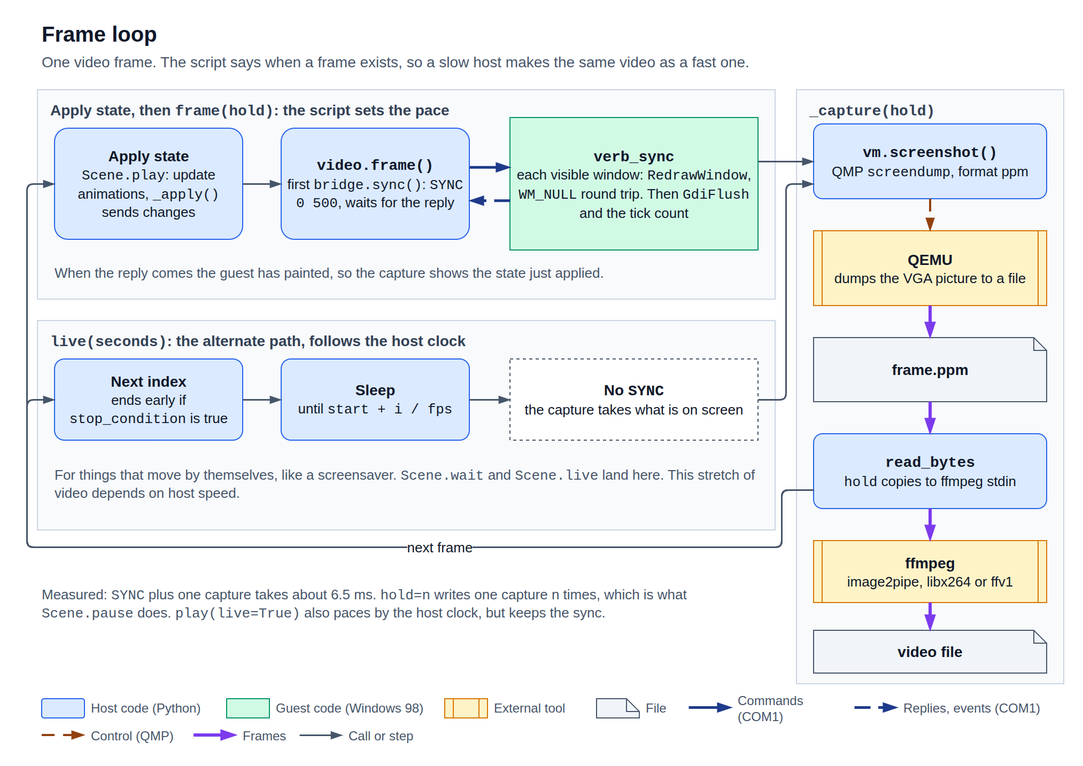
This is docs/diagrams/frame-loop.png from StanLukuvka/98artware, a draw.io export, as it was before one commit. Source tidied: cells renumbered, new cells last; positions are measured from the earlier drawing's top-left corner, leaving out a move shared by most shapes.
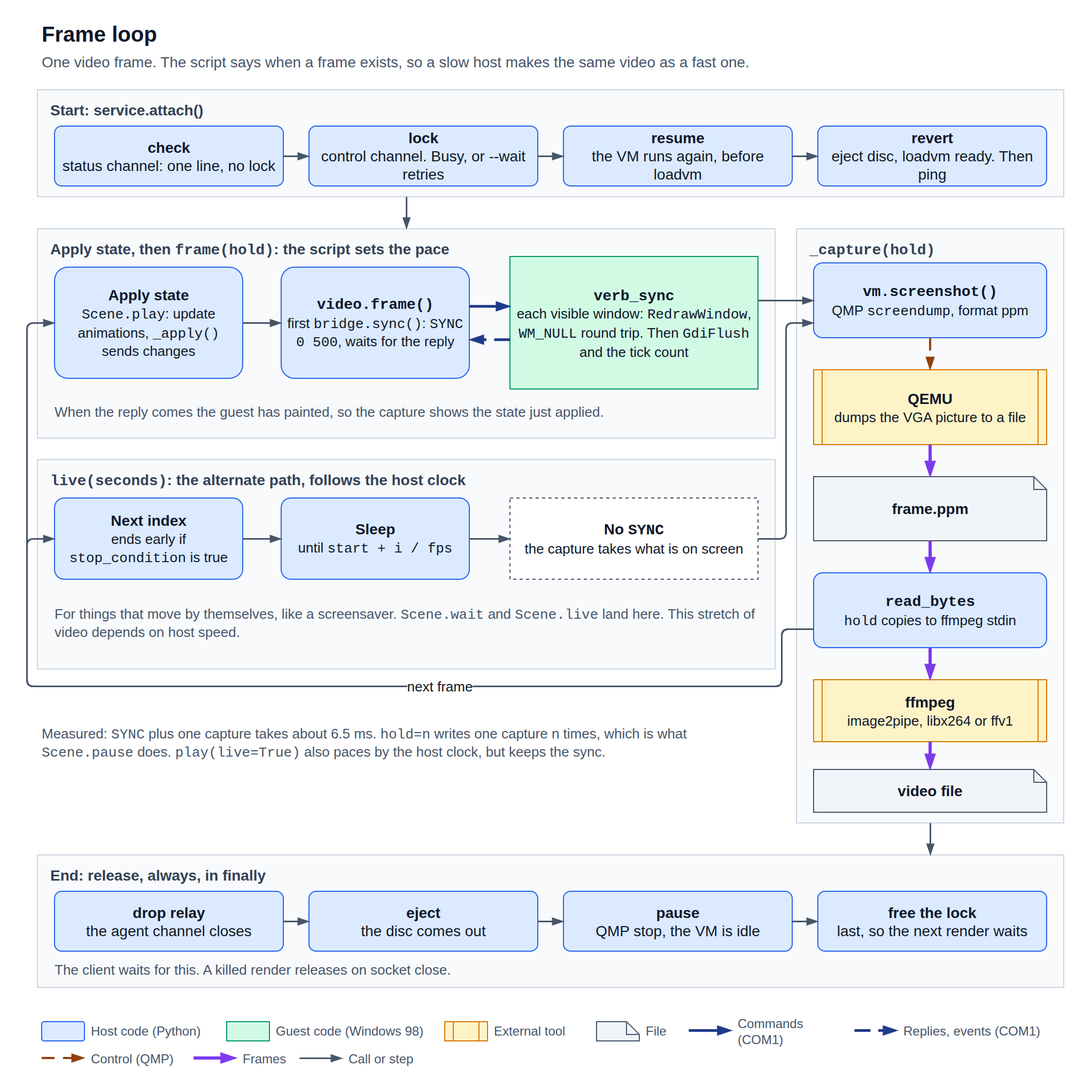
After the change.

Diff of the diagram source:
```diff
@@ -3,13 +3,13 @@
     <mxCell id="0" />
     <mxCell id="1" parent="0" />
     <mxCell id="2" value="&lt;b&gt;Frame loop&lt;/b&gt;" style="text;html=1;whiteSpace=wrap;strokeColor=none;fillColor=none;fontFamily=Helvetica;fontSize=20;fontColor=#0F172A;align=left;verticalAlign=middle;spacing=0;" parent="1" vertex="1">
-      <mxGeometry x="14" width="952" height="30" as="geometry" />
+      <mxGeometry x="14" y="-302" width="952" height="30" as="geometry" />
     </mxCell>
     <mxCell id="3" value="One video frame. The script says when a frame exists, so a slow host makes the same video as a fast one." style="text;html=1;whiteSpace=wrap;strokeColor=none;fillColor=none;fontFamily=Helvetica;fontSize=14;fontColor=#475569;align=left;verticalAlign=middle;spacing=0;" parent="1" vertex="1">
-      <mxGeometry x="14" y="30" width="952" height="24" as="geometry" />
+      <mxGeometry x="14" y="-272" width="952" height="24" as="geometry" />
     </mxCell>
     <mxCell id="4" value="Apply state, then &lt;font face=&quot;Courier New&quot;&gt;frame(hold)&lt;/font&gt;: the script sets the pace" style="fillColor=#F8FAFC;strokeColor=#CBD5E1;fontColor=#334155;rounded=0;whiteSpace=wrap;html=1;fontFamily=Helvetica;fontSize=14;fontStyle=1;align=left;verticalAlign=top;spacingLeft=10;spacingTop=4;" parent="1" vertex="1">
-      <mxGeometry x="10" y="68" width="690" height="196" as="geometry" />
+      <mxGeometry x="10" y="-104" width="690" height="196" as="geometry" />
     </mxCell>
     <mxCell id="5" value="&lt;b style=&quot;font-size:14px&quot;&gt;Apply state&lt;/b&gt;&lt;br&gt;&lt;span style=&quot;font-size:13px&quot;&gt;&lt;font face=&quot;Courier New&quot;&gt;Scene.play&lt;/font&gt;: update animations, &lt;font face=&quot;Courier New&quot;&gt;_apply()&lt;/font&gt; sends changes&lt;/span&gt;" style="rounded=1;arcSize=12;fillColor=#DBEAFE;strokeColor=#2563EB;whiteSpace=wrap;html=1;fontFamily=Helvetica;fontSize=14;fontColor=#0F172A;align=center;verticalAlign=middle;spacing=4;" parent="4" vertex="1">
       <mxGeometry x="16" y="36" width="176" height="104" as="geometry" />
@@ -33,7 +33,7 @@
       <mxGeometry x="16" y="154" width="660" height="34" as="geometry" />
     </mxCell>
     <mxCell id="12" value="&lt;font face=&quot;Courier New&quot;&gt;live(seconds)&lt;/font&gt;: the alternate path, follows the host clock" style="fillColor=#F8FAFC;strokeColor=#CBD5E1;fontColor=#334155;rounded=0;whiteSpace=wrap;html=1;fontFamily=Helvetica;fontSize=14;fontStyle=1;align=left;verticalAlign=top;spacingLeft=10;spacingTop=4;" parent="1" vertex="1">
-      <mxGeometry x="10" y="284" width="690" height="196" as="geometry" />
+      <mxGeometry x="10" y="112" width="690" height="196" as="geometry" />
     </mxCell>
     <mxCell id="13" value="&lt;b style=&quot;font-size:14px&quot;&gt;Next index&lt;/b&gt;&lt;br&gt;&lt;span style=&quot;font-size:13px&quot;&gt;ends early if &lt;font face=&quot;Courier New&quot;&gt;stop_condition&lt;/font&gt; is true&lt;/span&gt;" style="rounded=1;arcSize=12;fillColor=#DBEAFE;strokeColor=#2563EB;whiteSpace=wrap;html=1;fontFamily=Helvetica;fontSize=14;fontColor=#0F172A;align=center;verticalAlign=middle;spacing=4;" parent="12" vertex="1">
       <mxGeometry x="16" y="36" width="176" height="76" as="geometry" />
@@ -54,7 +54,7 @@
       <mxGeometry x="16" y="120" width="660" height="66" as="geometry" />
     </mxCell>
     <mxCell id="19" value="&lt;font face=&quot;Courier New&quot;&gt;_capture(hold)&lt;/font&gt;" style="fillColor=#F8FAFC;strokeColor=#CBD5E1;fontColor=#334155;rounded=0;whiteSpace=wrap;html=1;fontFamily=Helvetica;fontSize=14;fontStyle=1;align=left;verticalAlign=top;spacingLeft=10;spacingTop=4;" parent="1" vertex="1">
-      <mxGeometry x="720" y="68" width="250" height="556" as="geometry" />
+      <mxGeometry x="720" y="-104" width="250" height="556" as="geometry" />
     </mxCell>
     <mxCell id="20" value="&lt;b style=&quot;font-size:14px&quot;&gt;&lt;font face=&quot;Courier New&quot;&gt;vm.screenshot()&lt;/font&gt;&lt;/b&gt;&lt;br&gt;&lt;span style=&quot;font-size:13px&quot;&gt;QMP &lt;font face=&quot;Courier New&quot;&gt;screendump&lt;/font&gt;, format ppm&lt;/span&gt;" style="rounded=1;arcSize=12;fillColor=#DBEAFE;strokeColor=#2563EB;whiteSpace=wrap;html=1;fontFamily=Helvetica;fontSize=14;fontColor=#0F172A;align=center;verticalAlign=middle;spacing=4;" parent="19" vertex="1">
       <mxGeometry x="16" y="32" width="218" height="70" as="geometry" />
@@ -95,33 +95,33 @@
     <mxCell id="32" style="html=1;fontFamily=Helvetica;fontSize=13;fontColor=#0F172A;strokeColor=#475569;strokeWidth=1.5;edgeStyle=orthogonalEdgeStyle;rounded=1;arcSize=12;labelBackgroundColor=#FFFFFF;endArrow=blockThin;endFill=1;endSize=7;exitX=1;exitY=0.5;exitDx=0;exitDy=0;entryX=0;entryY=0.8;entryDx=0;entryDy=0;" parent="1" edge="1" source="15" target="20">
       <mxGeometry relative="1" as="geometry">
         <Array as="points">
-          <mxPoint x="710" y="358" />
-          <mxPoint x="710" y="156" />
+          <mxPoint x="710" y="186" />
+          <mxPoint x="710" y="-16" />
         </Array>
       </mxGeometry>
     </mxCell>
     <mxCell id="33" style="html=1;fontFamily=Helvetica;fontSize=13;fontColor=#0F172A;strokeColor=#475569;strokeWidth=1.5;edgeStyle=orthogonalEdgeStyle;rounded=1;arcSize=12;labelBackgroundColor=#FFFFFF;endArrow=blockThin;endFill=1;endSize=7;exitX=0;exitY=0.75;exitDx=0;exitDy=0;entryX=0;entryY=0.5;entryDx=0;entryDy=0;" parent="1" edge="1" source="23" target="13">
       <mxGeometry relative="1" as="geometry">
         <Array as="points">
-          <mxPoint x="706" y="443" />
-          <mxPoint x="706" y="496" />
-          <mxPoint y="496" />
-          <mxPoint y="358" />
+          <mxPoint x="706" y="271" />
+          <mxPoint x="706" y="324" />
+          <mxPoint y="324" />
+          <mxPoint y="186" />
         </Array>
       </mxGeometry>
     </mxCell>
     <mxCell id="34" value="next frame" style="html=1;fontFamily=Helvetica;fontSize=13;fontColor=#0F172A;strokeColor=#475569;strokeWidth=1.5;edgeStyle=orthogonalEdgeStyle;rounded=1;arcSize=12;labelBackgroundColor=#FFFFFF;endArrow=blockThin;endFill=1;endSize=7;exitX=0;exitY=0.75;exitDx=0;exitDy=0;entryX=0;entryY=0.5;entryDx=0;entryDy=0;" parent="1" edge="1" source="23" target="5">
       <mxGeometry x="-0.3" relative="1" as="geometry">
         <Array as="points">
-          <mxPoint x="706" y="443" />
-          <mxPoint x="706" y="496" />
-          <mxPoint y="496" />
-          <mxPoint y="156" />
+          <mxPoint x="706" y="271" />
+          <mxPoint x="706" y="324" />
+          <mxPoint y="324" />
+          <mxPoint y="-16" />
         </Array>
       </mxGeometry>
     </mxCell>
     <mxCell id="35" value="Measured: &lt;font face=&quot;Courier New&quot;&gt;SYNC&lt;/font&gt; plus one capture takes about 6.5 ms. &lt;font face=&quot;Courier New&quot;&gt;hold=n&lt;/font&gt; writes one capture n times, which is what &lt;font face=&quot;Courier New&quot;&gt;Scene.pause&lt;/font&gt; does. &lt;font face=&quot;Courier New&quot;&gt;play(live=True)&lt;/font&gt; also paces by the host clock, but keeps the sync." style="text;html=1;whiteSpace=wrap;strokeColor=none;fillColor=none;fontFamily=Helvetica;fontSize=13;fontColor=#475569;align=left;verticalAlign=middle;spacing=0;" parent="1" vertex="1">
-      <mxGeometry x="14" y="514" width="680" height="70" as="geometry" />
+      <mxGeometry x="14" y="342" width="680" height="70" as="geometry" />
     </mxCell>
     <mxCell id="36" style="rounded=1;arcSize=12;fillColor=#DBEAFE;strokeColor=#2563EB;whiteSpace=wrap;html=1;fontFamily=Helvetica;fontSize=14;fontColor=#0F172A;align=center;verticalAlign=middle;spacing=4;" parent="1" vertex="1">
       <mxGeometry x="14" y="638" width="40" height="18" as="geometry" />
@@ -207,5 +207,62 @@
     <mxCell id="63" value="Call or step" style="text;html=1;whiteSpace=wrap;strokeColor=none;fillColor=none;fontFamily=Helvetica;fontSize=12;fontColor=#475569;align=left;verticalAlign=middle;spacing=0;" parent="1" vertex="1">
       <mxGeometry x="301" y="662" width="82" height="22" as="geometry" />
     </mxCell>
+    <mxCell id="64" value="&lt;b&gt;Start: service.attach()&lt;/b&gt;" style="fillColor=#F8FAFC;strokeColor=#CBD5E1;fontColor=#334155;rounded=0;whiteSpace=wrap;html=1;fontFamily=Helvetica;fontSize=14;fontStyle=1;align=left;verticalAlign=top;spacingLeft=10;spacingTop=4;" parent="1" vertex="1">
+      <mxGeometry x="10" y="-234" width="960" height="100" as="geometry" />
+    </mxCell>
+    <mxCell id="65" value="&lt;b&gt;check&lt;/b&gt;&lt;br&gt;status channel: one line, no lock" style="rounded=1;arcSize=12;fillColor=#DBEAFE;strokeColor=#2563EB;whiteSpace=wrap;html=1;fontFamily=Helvetica;fontSize=14;fontColor=#0F172A;align=center;verticalAlign=middle;spacing=4;" parent="64" vertex="1">
+      <mxGeometry x="16" y="34" width="214" height="56" as="geometry" />
+    </mxCell>
+    <mxCell id="66" value="&lt;b&gt;lock&lt;/b&gt;&lt;br&gt;control channel. Busy, or --wait retries" style="rounded=1;arcSize=12;fillColor=#DBEAFE;strokeColor=#2563EB;whiteSpace=wrap;html=1;fontFamily=Helvetica;fontSize=14;fontColor=#0F172A;align=center;verticalAlign=middle;spacing=4;" parent="64" vertex="1">
+      <mxGeometry x="254" y="34" width="214" height="56" as="geometry" />
+    </mxCell>
+    <mxCell id="67" value="&lt;b&gt;resume&lt;/b&gt;&lt;br&gt;the VM runs again, before loadvm" style="rounded=1;arcSize=12;fillColor=#DBEAFE;strokeColor=#2563EB;whiteSpace=wrap;html=1;fontFamily=Helvetica;fontSize=14;fontColor=#0F172A;align=center;verticalAlign=middle;spacing=4;" parent="64" vertex="1">
+      <mxGeometry x="492" y="34" width="214" height="56" as="geometry" />
+    </mxCell>
+    <mxCell id="68" value="&lt;b&gt;revert&lt;/b&gt;&lt;br&gt;eject disc, loadvm ready. Then ping" style="rounded=1;arcSize=12;fillColor=#DBEAFE;strokeColor=#2563EB;whiteSpace=wrap;html=1;fontFamily=Helvetica;fontSize=14;fontColor=#0F172A;align=center;verticalAlign=middle;spacing=4;" parent="64" vertex="1">
+      <mxGeometry x="730" y="34" width="214" height="56" as="geometry" />
+    </mxCell>
+    <mxCell id="69" style="html=1;fontFamily=Helvetica;fontSize=13;fontColor=#0F172A;strokeColor=#475569;strokeWidth=1.5;rounded=0;labelBackgroundColor=#FFFFFF;endArrow=blockThin;endFill=1;endSize=7;exitX=1;exitY=0.5;exitDx=0;exitDy=0;entryX=0;entryY=0.5;entryDx=0;entryDy=0;" parent="64" edge="1" source="65" target="66">
+      <mxGeometry relative="1" as="geometry" />
+    </mxCell>
+    <mxCell id="70" style="html=1;fontFamily=Helvetica;fontSize=13;fontColor=#0F172A;strokeColor=#475569;strokeWidth=1.5;rounded=0;labelBackgroundColor=#FFFFFF;endArrow=blockThin;endFill=1;endSize=7;exitX=1;exitY=0.5;exitDx=0;exitDy=0;entryX=0;entryY=0.5;entryDx=0;entryDy=0;" parent="64" edge="1" source="66" target="67">
+      <mxGeometry relative="1" as="geometry" />
+    </mxCell>
+    <mxCell id="71" style="html=1;fontFamily=Helvetica;fontSize=13;fontColor=#0F172A;strokeColor=#475569;strokeWidth=1.5;rounded=0;labelBackgroundColor=#FFFFFF;endArrow=blockThin;endFill=1;endSize=7;exitX=1;exitY=0.5;exitDx=0;exitDy=0;entryX=0;entryY=0.5;entryDx=0;entryDy=0;" parent="64" edge="1" source="67" target="68">
+      <mxGeometry relative="1" as="geometry" />
+    </mxCell>
+    <mxCell id="72" value="&lt;b&gt;End: release, always, in finally&lt;/b&gt;" style="fillColor=#F8FAFC;strokeColor=#CBD5E1;fontColor=#334155;rounded=0;whiteSpace=wrap;html=1;fontFamily=Helvetica;fontSize=14;fontStyle=1;align=left;verticalAlign=top;spacingLeft=10;spacingTop=4;" parent="1" vertex="1">
+      <mxGeometry x="10" y="482" width="960" height="124" as="geometry" />
+    </mxCell>
+    <mxCell id="73" value="&lt;b&gt;drop relay&lt;/b&gt;&lt;br&gt;the agent channel closes" style="rounded=1;arcSize=12;fillColor=#DBEAFE;strokeColor=#2563EB;whiteSpace=wrap;html=1;fontFamily=Helvetica;fontSize=14;fontColor=#0F172A;align=center;verticalAlign=middle;spacing=4;" parent="72" vertex="1">
+      <mxGeometry x="16" y="34" width="214" height="56" as="geometry" />
+    </mxCell>
+    <mxCell id="74" value="&lt;b&gt;eject&lt;/b&gt;&lt;br&gt;the disc comes out" style="rounded=1;arcSize=12;fillColor=#DBEAFE;strokeColor=#2563EB;whiteSpace=wrap;html=1;fontFamily=Helvetica;fontSize=14;fontColor=#0F172A;align=center;verticalAlign=middle;spacing=4;" parent="72" vertex="1">
+      <mxGeometry x="254" y="34" width="214" height="56" as="geometry" />
+    </mxCell>
+    <mxCell id="75" value="&lt;b&gt;pause&lt;/b&gt;&lt;br&gt;QMP stop, the VM is idle" style="rounded=1;arcSize=12;fillColor=#DBEAFE;strokeColor=#2563EB;whiteSpace=wrap;html=1;fontFamily=Helvetica;fontSize=14;fontColor=#0F172A;align=center;verticalAlign=middle;spacing=4;" parent="72" vertex="1">
+      <mxGeometry x="492" y="34" width="214" height="56" as="geometry" />
+    </mxCell>
+    <mxCell id="76" value="&lt;b&gt;free the lock&lt;/b&gt;&lt;br&gt;last, so the next render waits" style="rounded=1;arcSize=12;fillColor=#DBEAFE;strokeColor=#2563EB;whiteSpace=wrap;html=1;fontFamily=Helvetica;fontSize=14;fontColor=#0F172A;align=center;verticalAlign=middle;spacing=4;" parent="72" vertex="1">
+      <mxGeometry x="730" y="34" width="214" height="56" as="geometry" />
+    </mxCell>
+    <mxCell id="77" style="html=1;fontFamily=Helvetica;fontSize=13;fontColor=#0F172A;strokeColor=#475569;strokeWidth=1.5;rounded=0;labelBackgroundColor=#FFFFFF;endArrow=blockThin;endFill=1;endSize=7;exitX=1;exitY=0.5;exitDx=0;exitDy=0;entryX=0;entryY=0.5;entryDx=0;entryDy=0;" parent="72" edge="1" source="73" target="74">
+      <mxGeometry relative="1" as="geometry" />
+    </mxCell>
+    <mxCell id="78" style="html=1;fontFamily=Helvetica;fontSize=13;fontColor=#0F172A;strokeColor=#475569;strokeWidth=1.5;rounded=0;labelBackgroundColor=#FFFFFF;endArrow=blockThin;endFill=1;endSize=7;exitX=1;exitY=0.5;exitDx=0;exitDy=0;entryX=0;entryY=0.5;entryDx=0;entryDy=0;" parent="72" edge="1" source="74" target="75">
+      <mxGeometry relative="1" as="geometry" />
+    </mxCell>
+    <mxCell id="79" style="html=1;fontFamily=Helvetica;fontSize=13;fontColor=#0F172A;strokeColor=#475569;strokeWidth=1.5;rounded=0;labelBackgroundColor=#FFFFFF;endArrow=blockThin;endFill=1;endSize=7;exitX=1;exitY=0.5;exitDx=0;exitDy=0;entryX=0;entryY=0.5;entryDx=0;entryDy=0;" parent="72" edge="1" source="75" target="76">
+      <mxGeometry relative="1" as="geometry" />
+    </mxCell>
+    <mxCell id="80" value="The client waits for this. A killed render releases on socket close." style="text;html=1;whiteSpace=wrap;strokeColor=none;fillColor=none;fontFamily=Helvetica;fontSize=13;fontColor=#475569;align=left;verticalAlign=middle;spacing=0;" parent="72" vertex="1">
+      <mxGeometry x="16" y="96" width="928" height="22" as="geometry" />
+    </mxCell>
+    <mxCell id="81" style="html=1;fontFamily=Helvetica;fontSize=13;fontColor=#0F172A;strokeColor=#475569;strokeWidth=1.5;edgeStyle=orthogonalEdgeStyle;rounded=1;arcSize=12;labelBackgroundColor=#FFFFFF;endArrow=blockThin;endFill=1;endSize=7;exitX=0.3594;exitY=1;exitDx=0;exitDy=0;entryX=0.5;entryY=0;entryDx=0;entryDy=0;" parent="1" edge="1" source="64" target="4">
+      <mxGeometry relative="1" as="geometry" />
+    </mxCell>
+    <mxCell id="82" style="html=1;fontFamily=Helvetica;fontSize=13;fontColor=#0F172A;strokeColor=#475569;strokeWidth=1.5;edgeStyle=orthogonalEdgeStyle;rounded=1;arcSize=12;labelBackgroundColor=#FFFFFF;endArrow=blockThin;endFill=1;endSize=7;exitX=0.5;exitY=1;exitDx=0;exitDy=0;entryX=0.8698;entryY=0;entryDx=0;entryDy=0;" parent="1" edge="1" source="19" target="72">
+      <mxGeometry relative="1" as="geometry" />
+    </mxCell>
   </root>
 </mxGraphModel>
```
